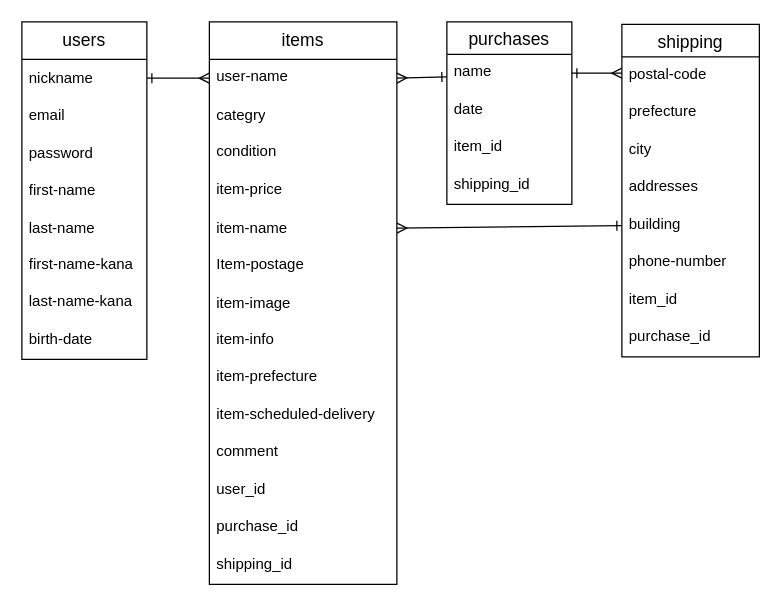
mitsunorikawano/furima-39297 keeps this draw.io diagram as furima.dio. Above is the earlier version. Source tidied: cells renumbered, new cells numbered last; positions are measured from the earlier drawing's top-left corner, leaving out a move shared by most shapes. Both pictures are drawn from the tidied source at 125%, with x=0, y=0 at pixel (21, 21).
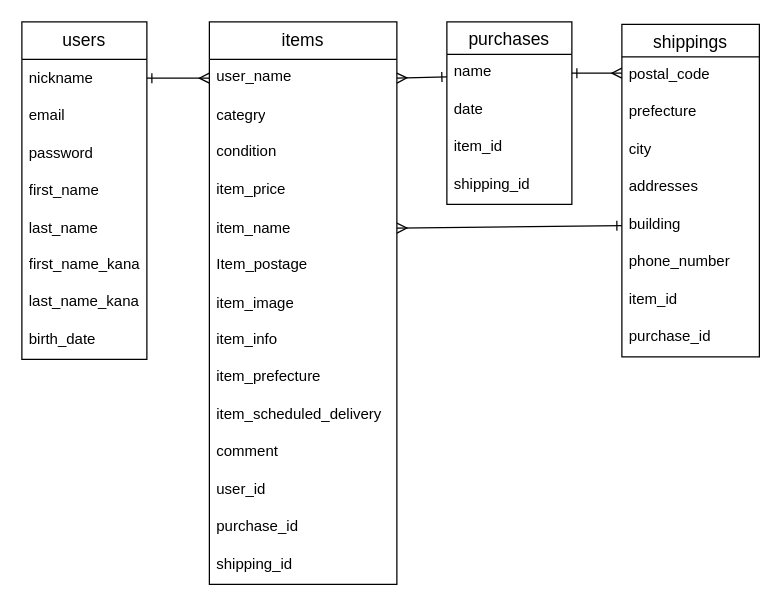
The same diagram, later.

Commit message (it also covers changes not shown here):
データベース設計手直し

The change refers to these unchanged cells:
```xml
<mxCell id="2" value="&lt;font style=&quot;font-size: 14px;&quot;&gt;users&lt;/font&gt;" style="swimlane;fontStyle=0;horizontal=1;startSize=30;whiteSpace=wrap;html=1;" parent="1" vertex="1">
  <mxGeometry width="100" height="270" as="geometry" />
</mxCell>
<mxCell id="11" value="&lt;span style=&quot;font-size: 14px;&quot;&gt;items&lt;/span&gt;" style="swimlane;fontStyle=0;horizontal=1;startSize=30;whiteSpace=wrap;html=1;" parent="1" vertex="1">
  <mxGeometry x="150" width="150" height="450" as="geometry" />
</mxCell>
```

Diff of the diagram source:
```diff
@@
-    <mxCell id="6" value="first-name" style="text;strokeColor=none;fillColor=none;align=left;verticalAlign=middle;spacingLeft=4;spacingRight=4;overflow=hidden;whiteSpace=wrap;html=1;" parent="2" vertex="1">
+    <mxCell id="6" value="first_name" style="text;strokeColor=none;fillColor=none;align=left;verticalAlign=middle;spacingLeft=4;spacingRight=4;overflow=hidden;whiteSpace=wrap;html=1;" parent="2" vertex="1">
       <mxGeometry y="120" width="100" height="30" as="geometry" />
     </mxCell>
-    <mxCell id="7" value="last-name" style="text;strokeColor=none;fillColor=none;align=left;verticalAlign=middle;spacingLeft=4;spacingRight=4;overflow=hidden;whiteSpace=wrap;html=1;" parent="2" vertex="1">
+    <mxCell id="7" value="last_name" style="text;strokeColor=none;fillColor=none;align=left;verticalAlign=middle;spacingLeft=4;spacingRight=4;overflow=hidden;whiteSpace=wrap;html=1;" parent="2" vertex="1">
       <mxGeometry y="150" width="100" height="30" as="geometry" />
     </mxCell>
-    <mxCell id="8" value="first-name-kana" style="text;strokeColor=none;fillColor=none;spacingLeft=4;spacingRight=4;overflow=hidden;fontSize=12;" parent="2" vertex="1">
+    <mxCell id="8" value="first_name_kana" style="text;strokeColor=none;fillColor=none;spacingLeft=4;spacingRight=4;overflow=hidden;fontSize=12;" parent="2" vertex="1">
       <mxGeometry y="180" width="100" height="30" as="geometry" />
     </mxCell>
-    <mxCell id="9" value="last-name-kana" style="text;strokeColor=none;fillColor=none;spacingLeft=4;spacingRight=4;overflow=hidden;fontSize=12;" parent="2" vertex="1">
+    <mxCell id="9" value="last_name_kana" style="text;strokeColor=none;fillColor=none;spacingLeft=4;spacingRight=4;overflow=hidden;fontSize=12;" parent="2" vertex="1">
       <mxGeometry y="210" width="100" height="30" as="geometry" />
     </mxCell>
-    <mxCell id="10" value="birth-date" style="text;strokeColor=none;fillColor=none;spacingLeft=4;spacingRight=4;overflow=hidden;fontSize=12;" parent="2" vertex="1">
+    <mxCell id="10" value="birth_date" style="text;strokeColor=none;fillColor=none;spacingLeft=4;spacingRight=4;overflow=hidden;fontSize=12;" parent="2" vertex="1">
       <mxGeometry y="240" width="100" height="30" as="geometry" />
     </mxCell>
@@
-    <mxCell id="12" value="user-name" style="text;strokeColor=none;fillColor=none;spacingLeft=4;spacingRight=4;overflow=hidden;points=[[0,0.5],[1,0.5]];portConstraint=eastwest;fontSize=12;" parent="11" vertex="1">
+    <mxCell id="12" value="user_name" style="text;strokeColor=none;fillColor=none;spacingLeft=4;spacingRight=4;overflow=hidden;points=[[0,0.5],[1,0.5]];portConstraint=eastwest;fontSize=12;" parent="11" vertex="1">
       <mxGeometry y="30" width="150" height="30" as="geometry" />
     </mxCell>
@@
-    <mxCell id="15" value="item-price" style="text;strokeColor=none;fillColor=none;spacingLeft=4;spacingRight=4;overflow=hidden;fontSize=12;" parent="11" vertex="1">
+    <mxCell id="15" value="item_price" style="text;strokeColor=none;fillColor=none;spacingLeft=4;spacingRight=4;overflow=hidden;fontSize=12;" parent="11" vertex="1">
       <mxGeometry y="120" width="150" height="30" as="geometry" />
     </mxCell>
-    <mxCell id="16" value="item-name" style="text;strokeColor=none;fillColor=none;align=left;verticalAlign=middle;spacingLeft=4;spacingRight=4;overflow=hidden;points=[[0,0.5],[1,0.5]];portConstraint=eastwest;whiteSpace=wrap;html=1;" parent="11" vertex="1">
+    <mxCell id="16" value="item_name" style="text;strokeColor=none;fillColor=none;align=left;verticalAlign=middle;spacingLeft=4;spacingRight=4;overflow=hidden;points=[[0,0.5],[1,0.5]];portConstraint=eastwest;whiteSpace=wrap;html=1;" parent="11" vertex="1">
       <mxGeometry y="150" width="150" height="30" as="geometry" />
     </mxCell>
-    <mxCell id="17" value="Item-postage" style="text;strokeColor=none;fillColor=none;spacingLeft=4;spacingRight=4;overflow=hidden;fontSize=12;" parent="11" vertex="1">
+    <mxCell id="17" value="Item_postage" style="text;strokeColor=none;fillColor=none;spacingLeft=4;spacingRight=4;overflow=hidden;fontSize=12;" parent="11" vertex="1">
       <mxGeometry y="180" width="150" height="30" as="geometry" />
     </mxCell>
-    <mxCell id="18" value="item-image" style="text;strokeColor=none;fillColor=none;align=left;verticalAlign=middle;spacingLeft=4;spacingRight=4;overflow=hidden;whiteSpace=wrap;html=1;" parent="11" vertex="1">
+    <mxCell id="18" value="item_image" style="text;strokeColor=none;fillColor=none;align=left;verticalAlign=middle;spacingLeft=4;spacingRight=4;overflow=hidden;whiteSpace=wrap;html=1;" parent="11" vertex="1">
       <mxGeometry y="210" width="150" height="30" as="geometry" />
     </mxCell>
-    <mxCell id="19" value="item-info" style="text;strokeColor=none;fillColor=none;spacingLeft=4;spacingRight=4;overflow=hidden;fontSize=12;" parent="11" vertex="1">
+    <mxCell id="19" value="item_info" style="text;strokeColor=none;fillColor=none;spacingLeft=4;spacingRight=4;overflow=hidden;fontSize=12;" parent="11" vertex="1">
       <mxGeometry y="240" width="150" height="30" as="geometry" />
     </mxCell>
-    <mxCell id="20" value="item-prefecture" style="text;strokeColor=none;fillColor=none;spacingLeft=4;spacingRight=4;overflow=hidden;fontSize=12;" parent="11" vertex="1">
+    <mxCell id="20" value="item_prefecture" style="text;strokeColor=none;fillColor=none;spacingLeft=4;spacingRight=4;overflow=hidden;fontSize=12;" parent="11" vertex="1">
       <mxGeometry y="270" width="150" height="30" as="geometry" />
     </mxCell>
-    <mxCell id="21" value="item-scheduled-delivery" style="text;strokeColor=none;fillColor=none;spacingLeft=4;spacingRight=4;overflow=hidden;fontSize=12;" parent="11" vertex="1">
+    <mxCell id="21" value="item_scheduled_delivery" style="text;strokeColor=none;fillColor=none;spacingLeft=4;spacingRight=4;overflow=hidden;fontSize=12;" parent="11" vertex="1">
       <mxGeometry y="300" width="150" height="30" as="geometry" />
     </mxCell>
@@
-    <mxCell id="31" value="shipping" style="swimlane;fontStyle=0;horizontal=1;startSize=26;align=center;fontSize=14;" parent="1" vertex="1">
+    <mxCell id="31" value="shippings" style="swimlane;fontStyle=0;horizontal=1;startSize=26;align=center;fontSize=14;" parent="1" vertex="1">
       <mxGeometry x="480" y="2" width="110" height="266" as="geometry" />
     </mxCell>
-    <mxCell id="32" value="postal-code" style="text;strokeColor=none;fillColor=none;spacingLeft=4;spacingRight=4;overflow=hidden;fontSize=12;" parent="31" vertex="1">
+    <mxCell id="32" value="postal_code" style="text;strokeColor=none;fillColor=none;spacingLeft=4;spacingRight=4;overflow=hidden;fontSize=12;" parent="31" vertex="1">
       <mxGeometry y="26" width="110" height="30" as="geometry" />
     </mxCell>
@@
-    <mxCell id="37" value="phone-number" style="text;strokeColor=none;fillColor=none;spacingLeft=4;spacingRight=4;overflow=hidden;fontSize=12;" parent="31" vertex="1">
+    <mxCell id="37" value="phone_number" style="text;strokeColor=none;fillColor=none;spacingLeft=4;spacingRight=4;overflow=hidden;fontSize=12;" parent="31" vertex="1">
       <mxGeometry y="176" width="110" height="30" as="geometry" />
     </mxCell>
```
